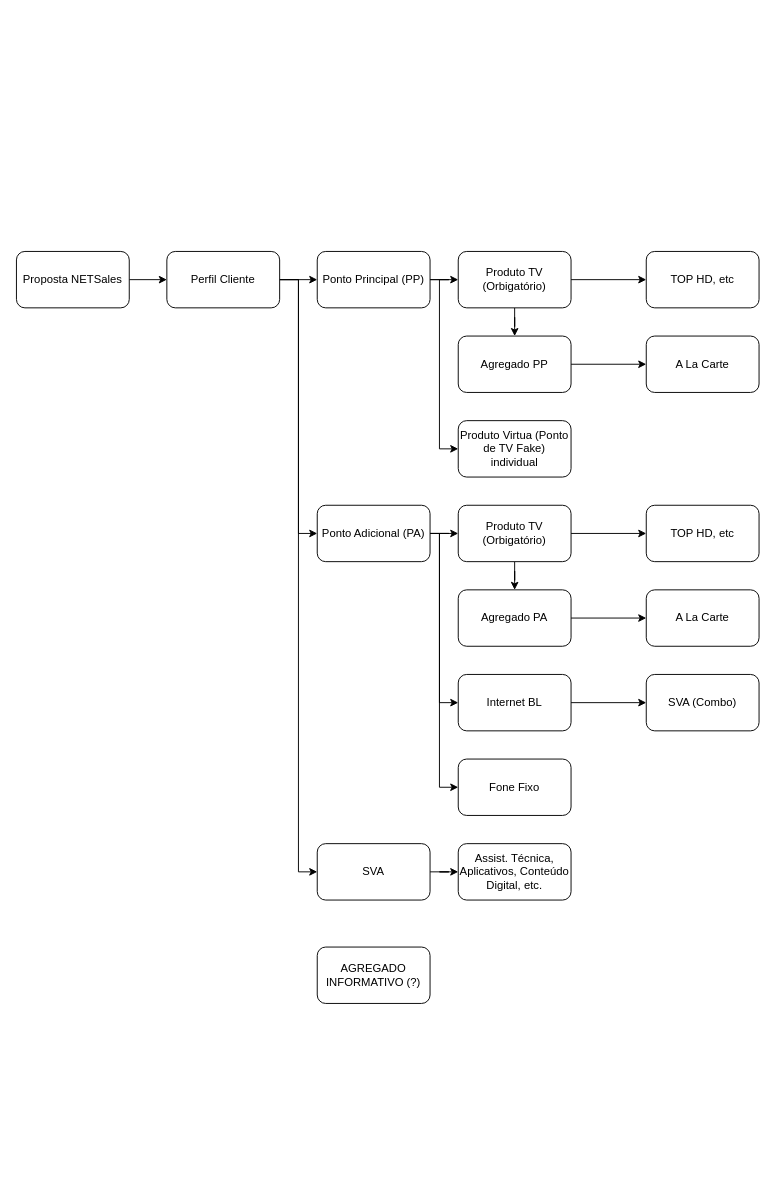
Before: page "Página-1" (1 of 2) of Conceito Pedido.drawio in samirali/ClaroBrasil, a draw.io diagram. Source tidied: cells renumbered, new cells numbered last; positions are measured from the earlier drawing's top-left corner, leaving out a move shared by most shapes. Both pictures are drawn from the tidied source at 94%, with x=0, y=0 at pixel (16, 251).
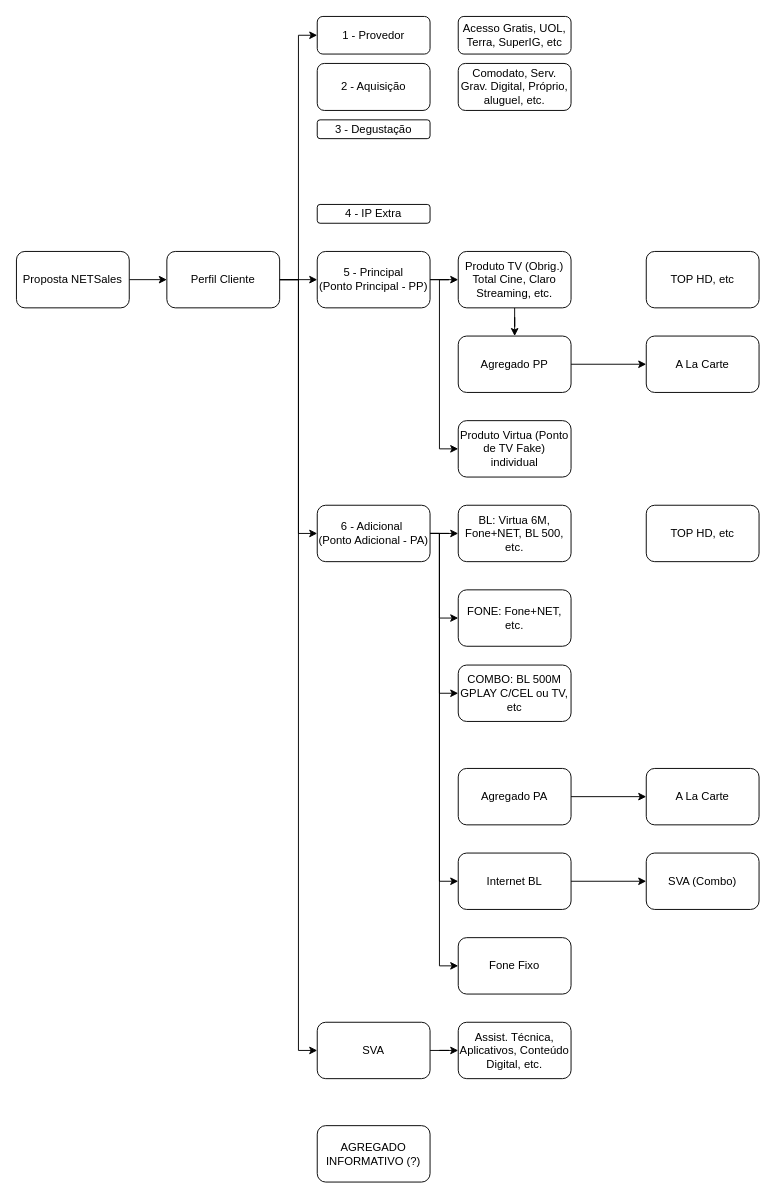
After the change.

Unchanged cells that the change refers to:
```xml
<mxCell id="13" value="TOP HD, etc" style="rounded=1;whiteSpace=wrap;html=1;" parent="1" vertex="1">
  <mxGeometry x="670" width="120" height="60" as="geometry" />
</mxCell>
<mxCell id="18" value="Perfil Cliente" style="rounded=1;whiteSpace=wrap;html=1;" parent="1" vertex="1">
  <mxGeometry x="160" width="120" height="60" as="geometry" />
</mxCell>
<mxCell id="29" value="TOP HD, etc" style="rounded=1;whiteSpace=wrap;html=1;" parent="1" vertex="1">
  <mxGeometry x="670" y="270" width="120" height="60" as="geometry" />
</mxCell>
```

Diff of the diagram source:
```diff
@@
-    <mxCell id="5" value="Ponto Principal (PP)" style="rounded=1;whiteSpace=wrap;html=1;" parent="1" vertex="1">
+    <mxCell id="5" value="5 - Principal&lt;div&gt;(Ponto Principal - PP)&lt;/div&gt;" style="rounded=1;whiteSpace=wrap;html=1;" parent="1" vertex="1">
       <mxGeometry x="320" width="120" height="60" as="geometry" />
     </mxCell>
@@
-    <mxCell id="8" style="edgeStyle=orthogonalEdgeStyle;rounded=0;jettySize=auto;html=1;entryX=0;entryY=0.5;entryDx=0;entryDy=0;" parent="1" edge="1" source="10" target="13">
-      <mxGeometry relative="1" as="geometry" />
-    </mxCell>
@@
-    <mxCell id="10" value="Produto TV (Orbigatório)" style="rounded=1;whiteSpace=wrap;html=1;" parent="1" vertex="1">
+    <mxCell id="10" value="Produto TV (Obrig.)&lt;div&gt;Total Cine, Claro Streaming, etc.&lt;/div&gt;" style="rounded=1;whiteSpace=wrap;html=1;" parent="1" vertex="1">
       <mxGeometry x="470" width="120" height="60" as="geometry" />
     </mxCell>
@@
+    <mxCell id="38" style="edgeStyle=orthogonalEdgeStyle;rounded=0;jettySize=auto;html=1;entryX=0;entryY=0.5;entryDx=0;entryDy=0;" parent="1" edge="1" source="18" target="41">
+      <mxGeometry relative="1" as="geometry" />
+    </mxCell>
@@
     <mxCell id="20" style="edgeStyle=orthogonalEdgeStyle;rounded=0;jettySize=auto;html=1;entryX=0;entryY=0.5;entryDx=0;entryDy=0;" parent="1" edge="1" source="22" target="31">
       <mxGeometry relative="1" as="geometry">
         <Array as="points">
           <mxPoint x="450" y="300" />
-          <mxPoint x="450" y="480" />
+          <mxPoint x="450" y="670" />
         </Array>
       </mxGeometry>
     </mxCell>
     <mxCell id="21" style="edgeStyle=orthogonalEdgeStyle;rounded=0;jettySize=auto;html=1;entryX=0;entryY=0.5;entryDx=0;entryDy=0;" parent="1" edge="1" source="22" target="32">
       <mxGeometry relative="1" as="geometry">
         <Array as="points">
           <mxPoint x="450" y="300" />
-          <mxPoint x="450" y="570" />
+          <mxPoint x="450" y="760" />
         </Array>
       </mxGeometry>
     </mxCell>
+    <mxCell id="39" style="edgeStyle=orthogonalEdgeStyle;rounded=0;jettySize=auto;html=1;entryX=0;entryY=0.5;entryDx=0;entryDy=0;" parent="1" edge="1" source="22" target="47">
+      <mxGeometry relative="1" as="geometry">
+        <Array as="points">
+          <mxPoint x="450" y="300" />
+          <mxPoint x="450" y="390" />
+        </Array>
+      </mxGeometry>
+    </mxCell>
+    <mxCell id="40" style="edgeStyle=orthogonalEdgeStyle;rounded=0;jettySize=auto;html=1;entryX=0;entryY=0.5;entryDx=0;entryDy=0;" parent="1" edge="1" source="22" target="48">
+      <mxGeometry relative="1" as="geometry">
+        <Array as="points">
+          <mxPoint x="450" y="300" />
+          <mxPoint x="450" y="470" />
+        </Array>
+      </mxGeometry>
+    </mxCell>
-    <mxCell id="22" value="Ponto Adicional (PA)" style="rounded=1;whiteSpace=wrap;html=1;" parent="1" vertex="1">
+    <mxCell id="22" value="6 - Adicional&amp;nbsp;&lt;div&gt;(Ponto Adicional - PA)&lt;/div&gt;" style="rounded=1;whiteSpace=wrap;html=1;" parent="1" vertex="1">
       <mxGeometry x="320" y="270" width="120" height="60" as="geometry" />
     </mxCell>
     <mxCell id="23" value="A La Carte" style="rounded=1;whiteSpace=wrap;html=1;" parent="1" vertex="1">
-      <mxGeometry x="670" y="360" width="120" height="60" as="geometry" />
+      <mxGeometry x="670" y="550" width="120" height="60" as="geometry" />
     </mxCell>
-    <mxCell id="24" style="edgeStyle=orthogonalEdgeStyle;rounded=0;jettySize=auto;html=1;entryX=0;entryY=0.5;entryDx=0;entryDy=0;" parent="1" edge="1" source="26" target="29">
-      <mxGeometry relative="1" as="geometry" />
-    </mxCell>
-    <mxCell id="25" style="edgeStyle=orthogonalEdgeStyle;rounded=0;jettySize=auto;html=1;entryX=0.5;entryY=0;entryDx=0;entryDy=0;" parent="1" edge="1" source="26" target="28">
-      <mxGeometry relative="1" as="geometry" />
-    </mxCell>
-    <mxCell id="26" value="Produto TV (Orbigatório)" style="rounded=1;whiteSpace=wrap;html=1;" parent="1" vertex="1">
+    <mxCell id="26" value="BL: Virtua 6M, Fone+NET, BL 500, etc." style="rounded=1;whiteSpace=wrap;html=1;" parent="1" vertex="1">
       <mxGeometry x="470" y="270" width="120" height="60" as="geometry" />
     </mxCell>
@@
     <mxCell id="28" value="Agregado PA" style="rounded=1;whiteSpace=wrap;html=1;" parent="1" vertex="1">
-      <mxGeometry x="470" y="360" width="120" height="60" as="geometry" />
+      <mxGeometry x="470" y="550" width="120" height="60" as="geometry" />
     </mxCell>
@@
     <mxCell id="31" value="Internet BL" style="rounded=1;whiteSpace=wrap;html=1;" parent="1" vertex="1">
-      <mxGeometry x="470" y="450" width="120" height="60" as="geometry" />
+      <mxGeometry x="470" y="640" width="120" height="60" as="geometry" />
     </mxCell>
     <mxCell id="32" value="Fone Fixo" style="rounded=1;whiteSpace=wrap;html=1;" parent="1" vertex="1">
-      <mxGeometry x="470" y="540" width="120" height="60" as="geometry" />
+      <mxGeometry x="470" y="730" width="120" height="60" as="geometry" />
     </mxCell>
     <mxCell id="33" value="SVA (Combo)" style="rounded=1;whiteSpace=wrap;html=1;" parent="1" vertex="1">
-      <mxGeometry x="670" y="450" width="120" height="60" as="geometry" />
+      <mxGeometry x="670" y="640" width="120" height="60" as="geometry" />
     </mxCell>
@@
     <mxCell id="35" value="SVA" style="rounded=1;whiteSpace=wrap;html=1;" parent="1" vertex="1">
-      <mxGeometry x="320" y="630" width="120" height="60" as="geometry" />
+      <mxGeometry x="320" y="820" width="120" height="60" as="geometry" />
     </mxCell>
     <mxCell id="36" value="Assist. Técnica, Aplicativos, Conteúdo Digital, etc." style="rounded=1;whiteSpace=wrap;html=1;" parent="1" vertex="1">
-      <mxGeometry x="470" y="630" width="120" height="60" as="geometry" />
+      <mxGeometry x="470" y="820" width="120" height="60" as="geometry" />
     </mxCell>
     <mxCell id="37" value="AGREGADO INFORMATIVO (?)" style="rounded=1;whiteSpace=wrap;html=1;" parent="1" vertex="1">
-      <mxGeometry x="320" y="740" width="120" height="60" as="geometry" />
+      <mxGeometry x="320" y="930" width="120" height="60" as="geometry" />
     </mxCell>
+    <mxCell id="41" value="1 - Provedor" style="rounded=1;whiteSpace=wrap;html=1;" parent="1" vertex="1">
+      <mxGeometry x="320" y="-250" width="120" height="40" as="geometry" />
+    </mxCell>
+    <mxCell id="42" value="2 - Aquisição" style="rounded=1;whiteSpace=wrap;html=1;" parent="1" vertex="1">
+      <mxGeometry x="320" y="-200" width="120" height="50" as="geometry" />
+    </mxCell>
+    <mxCell id="43" value="3 - Degustação" style="rounded=1;whiteSpace=wrap;html=1;" parent="1" vertex="1">
+      <mxGeometry x="320" y="-140" width="120" height="20" as="geometry" />
+    </mxCell>
+    <mxCell id="44" value="4 - IP Extra" style="rounded=1;whiteSpace=wrap;html=1;" parent="1" vertex="1">
+      <mxGeometry x="320" y="-50" width="120" height="20" as="geometry" />
+    </mxCell>
+    <mxCell id="45" value="Acesso Gratis, UOL, Terra, SuperIG, etc" style="rounded=1;whiteSpace=wrap;html=1;" parent="1" vertex="1">
+      <mxGeometry x="470" y="-250" width="120" height="40" as="geometry" />
+    </mxCell>
+    <mxCell id="46" value="Comodato, Serv. Grav. Digital, Próprio, aluguel, etc." style="rounded=1;whiteSpace=wrap;html=1;" parent="1" vertex="1">
+      <mxGeometry x="470" y="-200" width="120" height="50" as="geometry" />
+    </mxCell>
+    <mxCell id="47" value="FONE: Fone+NET, etc." style="rounded=1;whiteSpace=wrap;html=1;" parent="1" vertex="1">
+      <mxGeometry x="470" y="360" width="120" height="60" as="geometry" />
+    </mxCell>
+    <mxCell id="48" value="COMBO: BL 500M GPLAY C/CEL ou TV, etc" style="rounded=1;whiteSpace=wrap;html=1;" parent="1" vertex="1">
+      <mxGeometry x="470" y="440" width="120" height="60" as="geometry" />
+    </mxCell>
```
